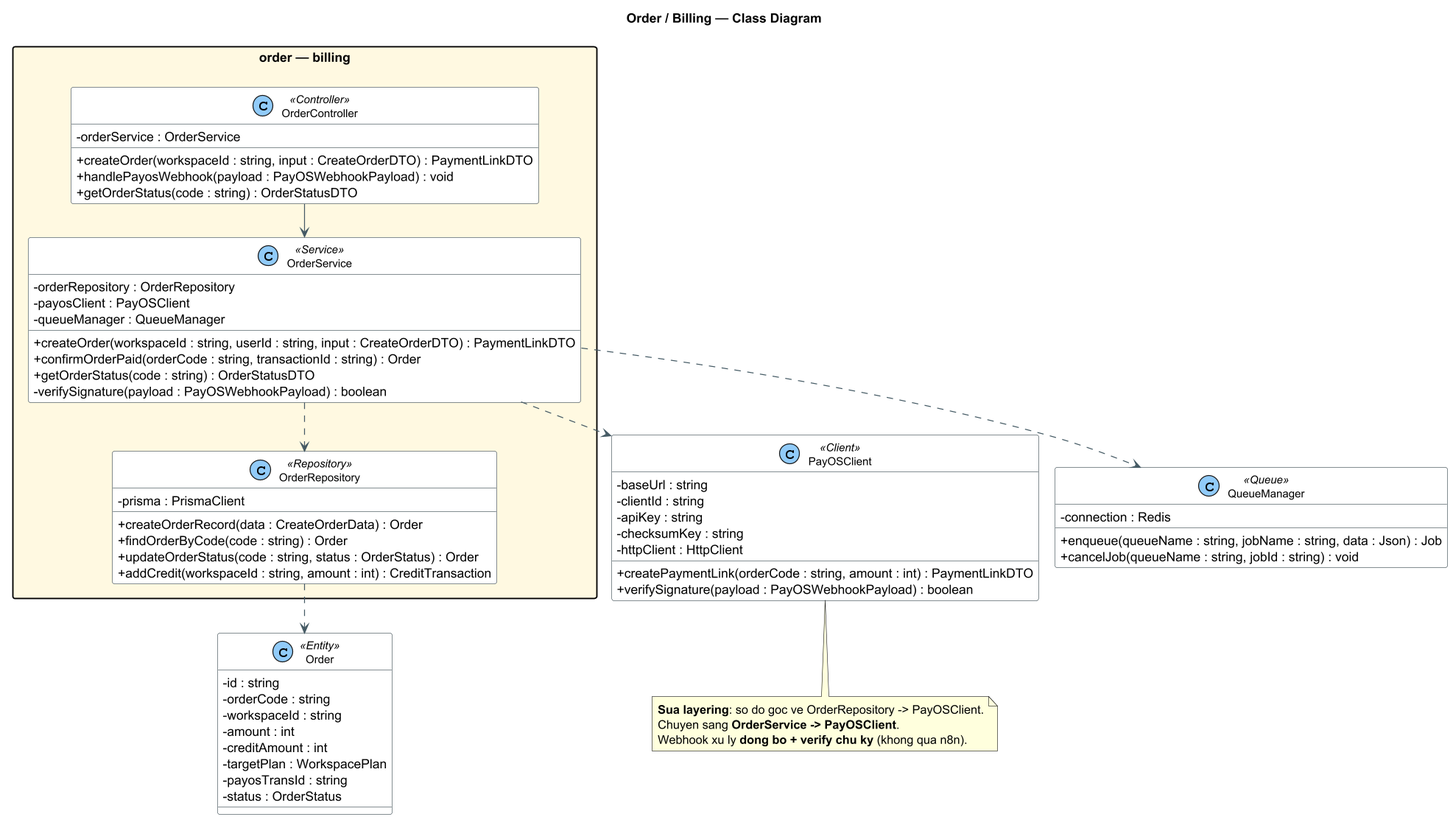
Before: docs/diagrams/05-order.png, a diagram exported from PlantUML (Pham-Hong-Ky/marka-capstone). The source it was exported from:
```plantuml
@startuml 05-order
!pragma layout smetana
!pragma layout smetana
skinparam dpi 120
skinparam shadowing false
skinparam classAttributeIconSize 0
skinparam packageStyle rectangle
skinparam class {
  BackgroundColor #FFFFFF
  BorderColor #37474F
  ArrowColor #455A64
  FontSize 12
}
skinparam stereotypeCBackgroundColor #90CAF9
title Order / Billing — Class Diagram

package "order — billing" #FFF8E1 {
  class OrderController <<Controller>> {
    - orderService : OrderService
    + createOrder(workspaceId : string, input : CreateOrderDTO) : PaymentLinkDTO
    + handlePayosWebhook(payload : PayOSWebhookPayload) : void
    + getOrderStatus(code : string) : OrderStatusDTO
  }
  class OrderService <<Service>> {
    - orderRepository : OrderRepository
    - payosClient : PayOSClient
    - queueManager : QueueManager
    + createOrder(workspaceId : string, userId : string, input : CreateOrderDTO) : PaymentLinkDTO
    + confirmOrderPaid(orderCode : string, transactionId : string) : Order
    + getOrderStatus(code : string) : OrderStatusDTO
    - verifySignature(payload : PayOSWebhookPayload) : boolean
  }
  class OrderRepository <<Repository>> {
    - prisma : PrismaClient
    + createOrderRecord(data : CreateOrderData) : Order
    + findOrderByCode(code : string) : Order
    + updateOrderStatus(code : string, status : OrderStatus) : Order
    + addCredit(workspaceId : string, amount : int) : CreditTransaction
  }
}

class PayOSClient <<Client>> {
  - baseUrl : string
  - clientId : string
  - apiKey : string
  - checksumKey : string
  - httpClient : HttpClient
  + createPaymentLink(orderCode : string, amount : int) : PaymentLinkDTO
  + verifySignature(payload : PayOSWebhookPayload) : boolean
}

class Order <<Entity>> {
  - id : string
  - orderCode : string
  - workspaceId : string
  - amount : int
  - creditAmount : int
  - targetPlan : WorkspacePlan
  - payosTransId : string
  - status : OrderStatus
}

class QueueManager <<Queue>> {
  - connection : Redis
  + enqueue(queueName : string, jobName : string, data : Json) : Job
  + cancelJob(queueName : string, jobId : string) : void
}

OrderController --> OrderService
OrderService ..> OrderRepository
OrderService ..> PayOSClient
OrderService ..> QueueManager
OrderRepository ..> Order

note bottom of PayOSClient
  **Sua layering**: so do goc ve OrderRepository -> PayOSClient.
  Chuyen sang **OrderService -> PayOSClient**.
  Webhook xu ly **dong bo + verify chu ky** (khong qua n8n).
end note
@enduml
```
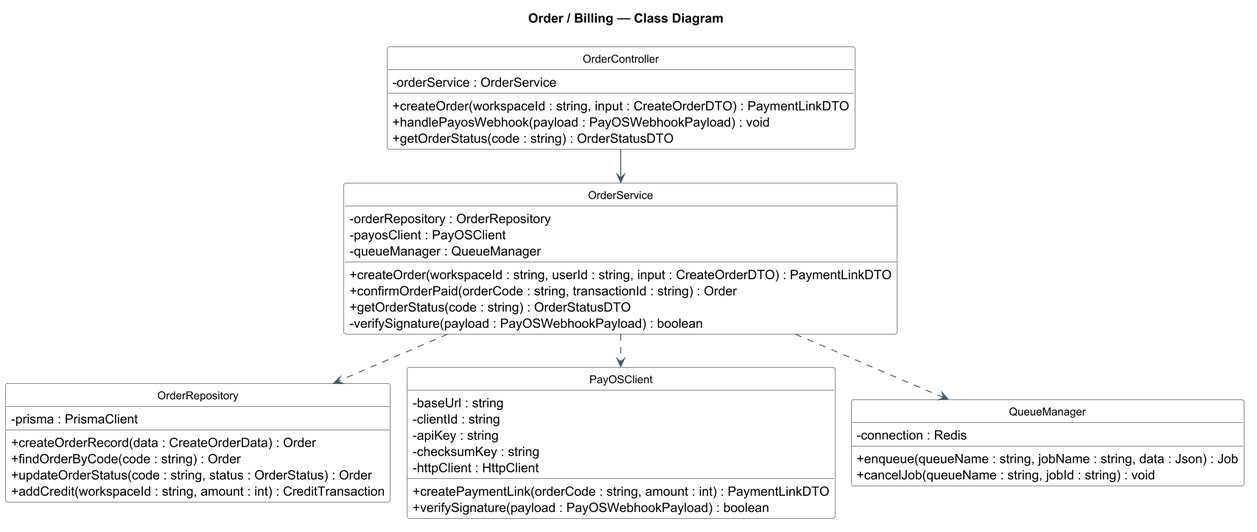
The same diagram one commit later.

Change to the diagram source:
```diff
@@ -11,35 +11,33 @@
   ArrowColor #455A64
   FontSize 12
 }
-skinparam stereotypeCBackgroundColor #90CAF9
+hide circle
 title Order / Billing — Class Diagram
 
-package "order — billing" #FFF8E1 {
-  class OrderController <<Controller>> {
-    - orderService : OrderService
-    + createOrder(workspaceId : string, input : CreateOrderDTO) : PaymentLinkDTO
-    + handlePayosWebhook(payload : PayOSWebhookPayload) : void
-    + getOrderStatus(code : string) : OrderStatusDTO
-  }
-  class OrderService <<Service>> {
-    - orderRepository : OrderRepository
-    - payosClient : PayOSClient
-    - queueManager : QueueManager
-    + createOrder(workspaceId : string, userId : string, input : CreateOrderDTO) : PaymentLinkDTO
-    + confirmOrderPaid(orderCode : string, transactionId : string) : Order
-    + getOrderStatus(code : string) : OrderStatusDTO
-    - verifySignature(payload : PayOSWebhookPayload) : boolean
-  }
-  class OrderRepository <<Repository>> {
-    - prisma : PrismaClient
-    + createOrderRecord(data : CreateOrderData) : Order
-    + findOrderByCode(code : string) : Order
-    + updateOrderStatus(code : string, status : OrderStatus) : Order
-    + addCredit(workspaceId : string, amount : int) : CreditTransaction
-  }
+class OrderController {
+  - orderService : OrderService
+  + createOrder(workspaceId : string, input : CreateOrderDTO) : PaymentLinkDTO
+  + handlePayosWebhook(payload : PayOSWebhookPayload) : void
+  + getOrderStatus(code : string) : OrderStatusDTO
+}
+class OrderService {
+  - orderRepository : OrderRepository
+  - payosClient : PayOSClient
+  - queueManager : QueueManager
+  + createOrder(workspaceId : string, userId : string, input : CreateOrderDTO) : PaymentLinkDTO
+  + confirmOrderPaid(orderCode : string, transactionId : string) : Order
+  + getOrderStatus(code : string) : OrderStatusDTO
+  - verifySignature(payload : PayOSWebhookPayload) : boolean
+}
+class OrderRepository {
+  - prisma : PrismaClient
+  + createOrderRecord(data : CreateOrderData) : Order
+  + findOrderByCode(code : string) : Order
+  + updateOrderStatus(code : string, status : OrderStatus) : Order
+  + addCredit(workspaceId : string, amount : int) : CreditTransaction
 }
 
-class PayOSClient <<Client>> {
+class PayOSClient {
   - baseUrl : string
   - clientId : string
   - apiKey : string
@@ -49,18 +47,7 @@
   + verifySignature(payload : PayOSWebhookPayload) : boolean
 }
 
-class Order <<Entity>> {
-  - id : string
-  - orderCode : string
-  - workspaceId : string
-  - amount : int
-  - creditAmount : int
-  - targetPlan : WorkspacePlan
-  - payosTransId : string
-  - status : OrderStatus
-}
-
-class QueueManager <<Queue>> {
+class QueueManager {
   - connection : Redis
   + enqueue(queueName : string, jobName : string, data : Json) : Job
   + cancelJob(queueName : string, jobId : string) : void
@@ -70,11 +57,4 @@
 OrderService ..> OrderRepository
 OrderService ..> PayOSClient
 OrderService ..> QueueManager
-OrderRepository ..> Order
-
-note bottom of PayOSClient
-  **Sua layering**: so do goc ve OrderRepository -> PayOSClient.
-  Chuyen sang **OrderService -> PayOSClient**.
-  Webhook xu ly **dong bo + verify chu ky** (khong qua n8n).
-end note
 @enduml
```
